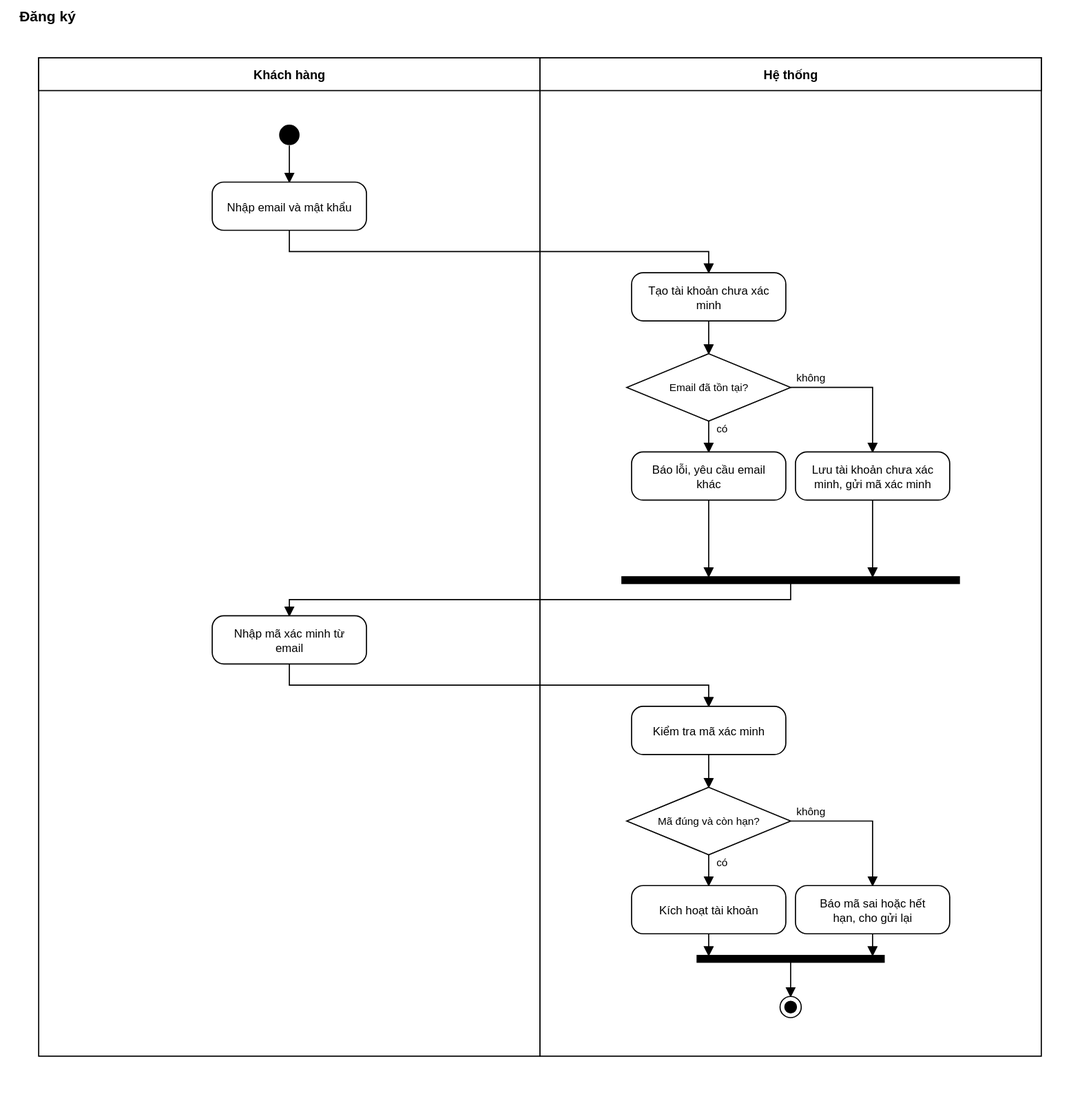
Shmily2004/Moodbite keeps this PlantUML diagram as docs/bieu_do_uml/svg/hoat_dong/UC08_dang_ky__xac_minh_email.svg. Above is the earlier version. Its source is kept beside it as docs/bieu_do_uml/puml_du_phong/hoat_dong/UC08_dang_ky__xac_minh_email.puml.
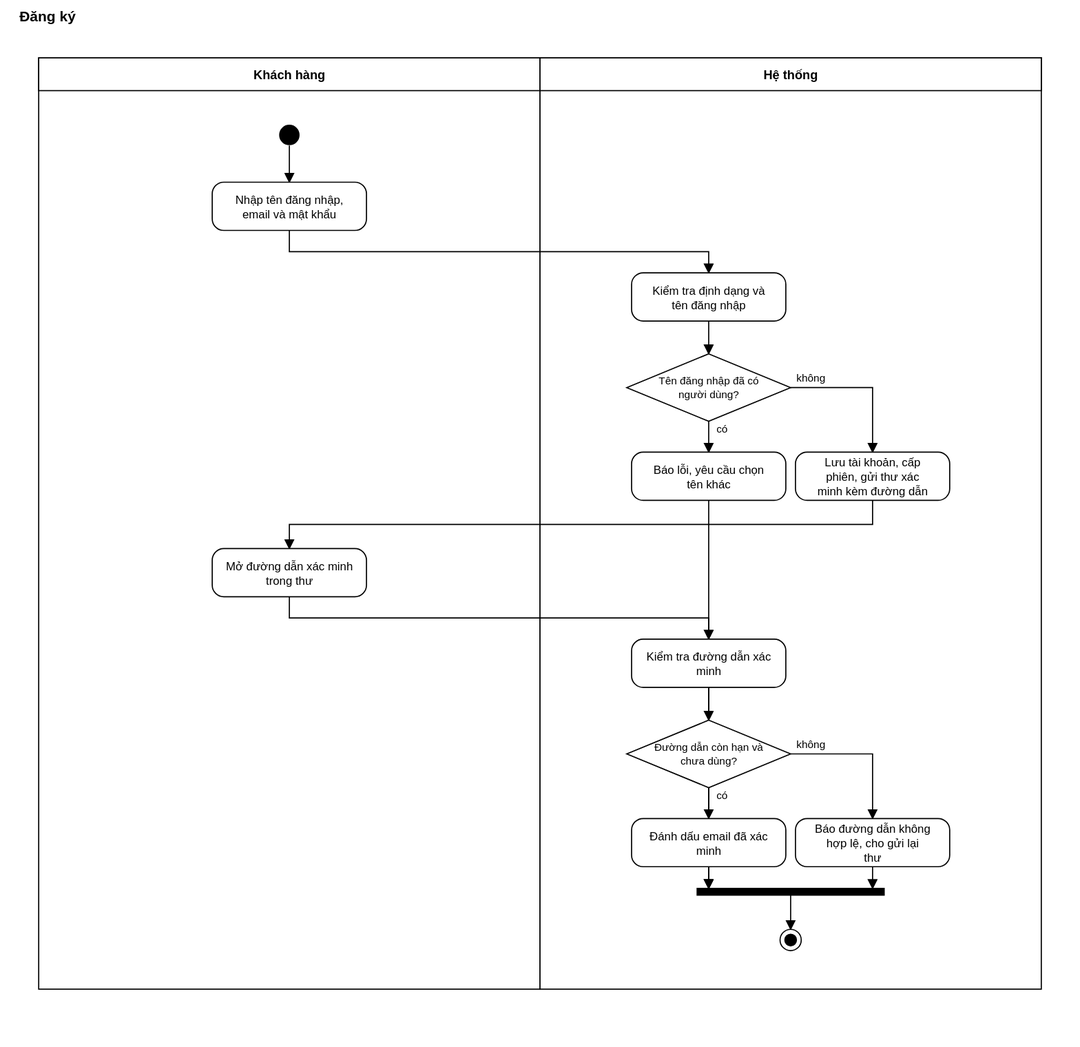
After the commit.

The edit, as a diff of the source:
```diff
@@ -1,23 +1,24 @@
 @startuml UC08_hoat_dong
 skinparam shadowing false
 start
-|Khách|
-:Nhập email và mật khẩu;
+|Khách hàng|
+:Nhập tên đăng nhập, email và mật khẩu;
 |Hệ thống|
-:POST /auth/register;
-if (Email đã tồn tại?) then (có)
-  :Báo lỗi, yêu cầu email khác;
+:Kiểm tra định dạng và tên đăng nhập;
+if (Tên đăng nhập đã có người dùng?) then (có)
+  :Báo lỗi, yêu cầu chọn tên khác;
+  stop
 else (không)
-  :Lưu tài khoản chưa xác minh, gửi mã xác minh;
+  :Lưu tài khoản, cấp phiên, gửi thư xác minh kèm đường dẫn;
 endif
-|Khách|
-:Nhập mã xác minh từ email;
+|Khách hàng|
+:Mở đường dẫn xác minh trong thư;
 |Hệ thống|
-:POST /auth/verify-email/confirm;
-if (Mã đúng và còn hạn?) then (có)
-  :Kích hoạt tài khoản;
+:Kiểm tra đường dẫn xác minh;
+if (Đường dẫn còn hạn và chưa dùng?) then (có)
+  :Đánh dấu email đã xác minh;
 else (không)
-  :Báo mã sai hoặc hết hạn, cho gửi lại;
+  :Báo đường dẫn không hợp lệ, cho gửi lại thư;
 endif
 stop
 @enduml
```
